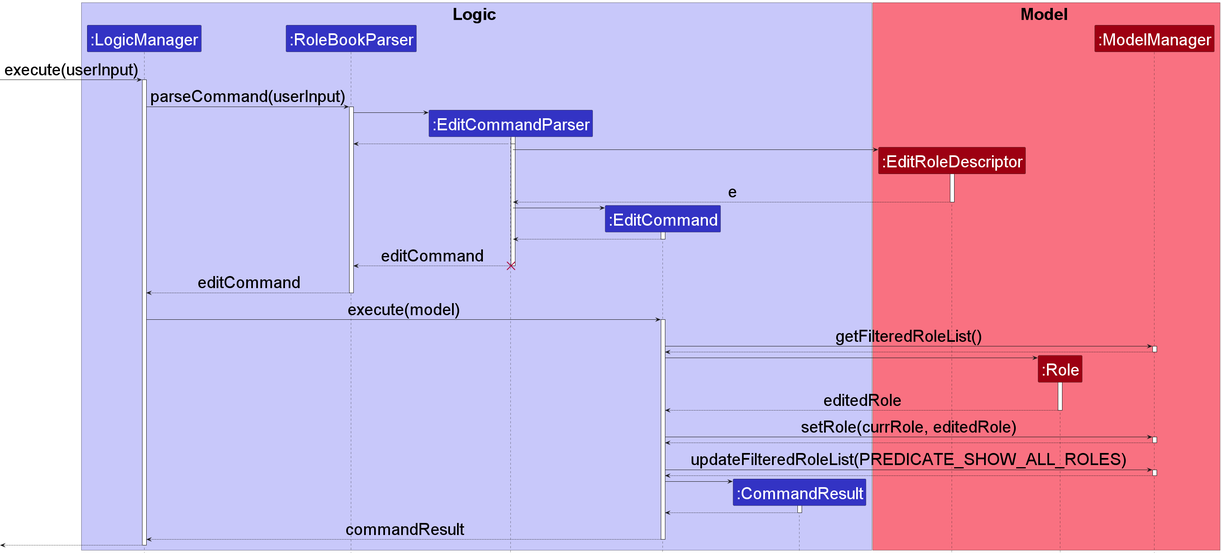
Above: docs/images/EditCommandSequenceDiagram.png in nus-cs2103-AY2223S2/tp (PlantUML), before the change.
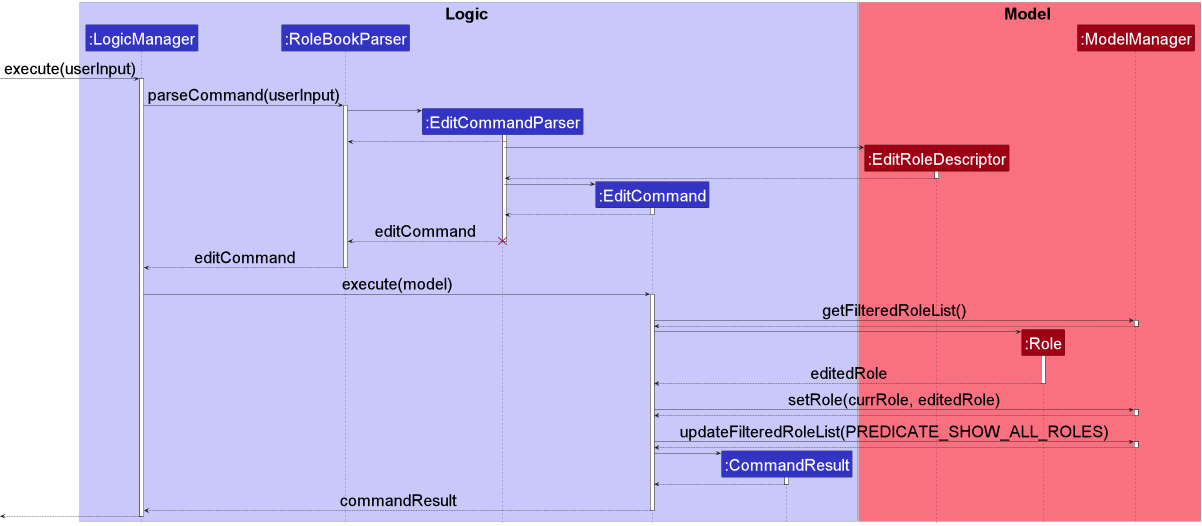
After the change.

Commit message:
Remove images not in use and fix sequence diagrams

Diff of the diagram source:
```diff
@@ -32,12 +32,12 @@
 
 create EditRoleDescriptor
 EditCommandParser -> EditRoleDescriptor++
-return e
+return
 
 create EditCommand
 EditCommandParser -> EditCommand++
+return
 
-return
 return editCommand
 destroy EditCommandParser
 return editCommand
```
